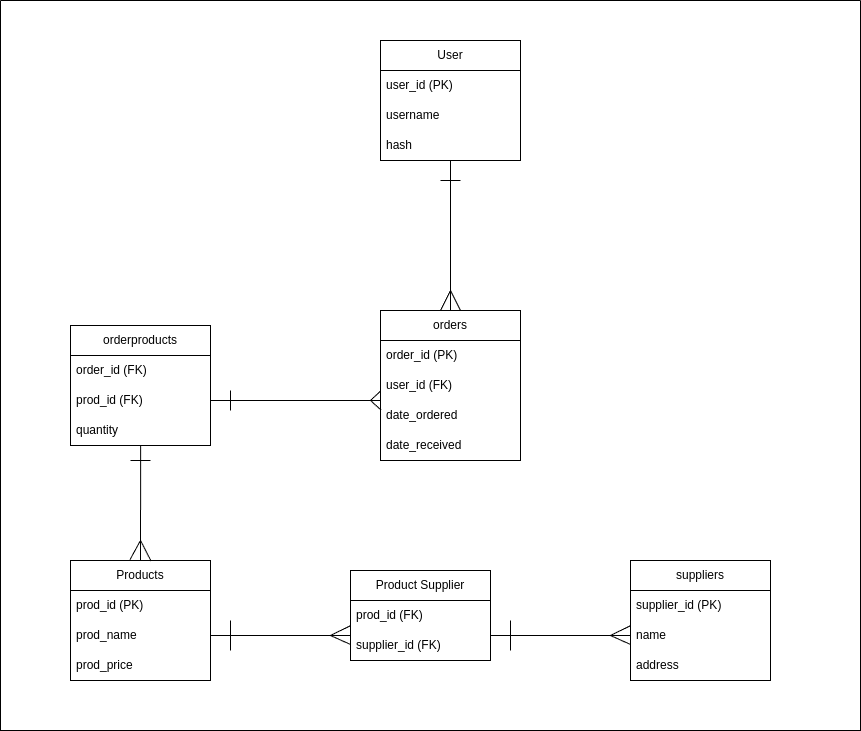
This is assets/DB-finalproject.png from jsaropy/finalproject, a draw.io export, as it was before one commit. Source tidied: cells renumbered, new cells last; positions are measured from the earlier drawing's top-left corner, leaving out a move shared by most shapes.
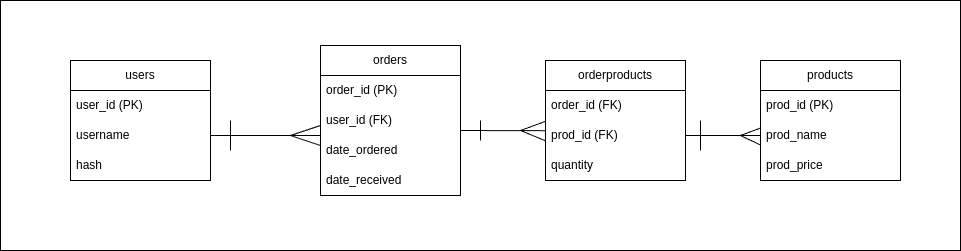
Above is the later version.

Commit message:
removed suppliers table

Diff of the diagram source:
```diff
@@ -2,8 +2,11 @@
   <root>
     <mxCell id="0" />
     <mxCell id="1" parent="0" />
+    <mxCell id="47" style="rounded=0;whiteSpace=wrap;html=1;" parent="1" vertex="1">
+      <mxGeometry x="30" y="310" width="960" height="250" as="geometry" />
+    </mxCell>
-    <mxCell id="2" value="User" style="swimlane;fontStyle=0;horizontal=1;startSize=30;whiteSpace=wrap;html=1;" parent="1" vertex="1">
-      <mxGeometry x="380" y="40" width="140" height="120" as="geometry" />
+    <mxCell id="2" value="users" style="swimlane;fontStyle=0;horizontal=1;startSize=30;whiteSpace=wrap;html=1;" parent="1" vertex="1">
+      <mxGeometry x="100" y="370" width="140" height="120" as="geometry" />
     </mxCell>
     <mxCell id="3" value="user_id&amp;nbsp;(PK)" style="text;strokeColor=none;fillColor=none;align=left;verticalAlign=middle;spacingLeft=4;spacingRight=4;overflow=hidden;whiteSpace=wrap;html=1;" parent="2" vertex="1">
       <mxGeometry y="30" width="140" height="30" as="geometry" />
@@ -14,8 +17,8 @@
     <mxCell id="5" value="hash" style="text;strokeColor=none;fillColor=none;align=left;verticalAlign=middle;spacingLeft=4;spacingRight=4;overflow=hidden;whiteSpace=wrap;html=1;" parent="2" vertex="1">
       <mxGeometry y="90" width="140" height="30" as="geometry" />
     </mxCell>
-    <mxCell id="6" value="Products" style="swimlane;fontStyle=0;horizontal=1;startSize=30;whiteSpace=wrap;html=1;" parent="1" vertex="1">
-      <mxGeometry x="70" y="560" width="140" height="120" as="geometry" />
+    <mxCell id="6" value="products" style="swimlane;fontStyle=0;horizontal=1;startSize=30;whiteSpace=wrap;html=1;" parent="1" vertex="1">
+      <mxGeometry x="790" y="370" width="140" height="120" as="geometry" />
     </mxCell>
     <mxCell id="7" value="prod_id (PK)" style="text;strokeColor=none;fillColor=none;align=left;verticalAlign=middle;spacingLeft=4;spacingRight=4;overflow=hidden;whiteSpace=wrap;html=1;" parent="6" vertex="1">
       <mxGeometry y="30" width="140" height="30" as="geometry" />
@@ -26,72 +29,31 @@
     <mxCell id="9" value="prod_price" style="text;strokeColor=none;fillColor=none;align=left;verticalAlign=middle;spacingLeft=4;spacingRight=4;overflow=hidden;whiteSpace=wrap;html=1;" parent="6" vertex="1">
       <mxGeometry y="90" width="140" height="30" as="geometry" />
     </mxCell>
-    <mxCell id="10" value="suppliers" style="swimlane;fontStyle=0;horizontal=1;startSize=30;whiteSpace=wrap;html=1;" parent="1" vertex="1">
-      <mxGeometry x="630" y="560" width="140" height="120" as="geometry" />
-    </mxCell>
-    <mxCell id="11" value="supplier_id (PK)" style="text;strokeColor=none;fillColor=none;align=left;verticalAlign=middle;spacingLeft=4;spacingRight=4;overflow=hidden;whiteSpace=wrap;html=1;" parent="10" vertex="1">
-      <mxGeometry y="30" width="140" height="30" as="geometry" />
-    </mxCell>
-    <mxCell id="12" value="name" style="text;strokeColor=none;fillColor=none;align=left;verticalAlign=middle;spacingLeft=4;spacingRight=4;overflow=hidden;whiteSpace=wrap;html=1;" parent="10" vertex="1">
-      <mxGeometry y="60" width="140" height="30" as="geometry" />
-    </mxCell>
-    <mxCell id="13" value="address" style="text;strokeColor=none;fillColor=none;align=left;verticalAlign=middle;spacingLeft=4;spacingRight=4;overflow=hidden;whiteSpace=wrap;html=1;" parent="10" vertex="1">
-      <mxGeometry y="90" width="140" height="30" as="geometry" />
-    </mxCell>
-    <mxCell id="14" value="Product Supplier" style="swimlane;fontStyle=0;horizontal=1;startSize=30;whiteSpace=wrap;html=1;" parent="1" vertex="1">
-      <mxGeometry x="350" y="570" width="140" height="90" as="geometry" />
-    </mxCell>
-    <mxCell id="15" value="prod_id (FK)" style="text;strokeColor=none;fillColor=none;align=left;verticalAlign=middle;spacingLeft=4;spacingRight=4;overflow=hidden;whiteSpace=wrap;html=1;" parent="14" vertex="1">
-      <mxGeometry y="30" width="140" height="30" as="geometry" />
-    </mxCell>
-    <mxCell id="16" value="supplier_id (FK)" style="text;strokeColor=none;fillColor=none;align=left;verticalAlign=middle;spacingLeft=4;spacingRight=4;overflow=hidden;whiteSpace=wrap;html=1;" parent="14" vertex="1">
-      <mxGeometry y="60" width="140" height="30" as="geometry" />
-    </mxCell>
-    <mxCell id="17" style="endArrow=none;html=1;rounded=0;entryX=0.5;entryY=0;entryDx=0;entryDy=0;exitX=0.501;exitY=1.009;exitDx=0;exitDy=0;exitPerimeter=0;" parent="1" edge="1" source="33" target="6">
-      <mxGeometry relative="1" as="geometry" />
-    </mxCell>
-    <mxCell id="18" style="endArrow=none;html=1;rounded=0;" parent="1" edge="1">
-      <mxGeometry relative="1" as="geometry">
-        <mxPoint x="150" y="460" as="sourcePoint" />
-        <mxPoint x="130" y="460" as="targetPoint" />
-      </mxGeometry>
-    </mxCell>
-    <mxCell id="19" style="endArrow=none;html=1;rounded=0;entryX=0.424;entryY=-0.005;entryDx=0;entryDy=0;entryPerimeter=0;" parent="1" edge="1" target="6">
-      <mxGeometry relative="1" as="geometry">
-        <mxPoint x="140" y="540" as="sourcePoint" />
-      </mxGeometry>
-    </mxCell>
-    <mxCell id="20" style="endArrow=none;html=1;rounded=0;entryX=0.576;entryY=0.006;entryDx=0;entryDy=0;entryPerimeter=0;" parent="1" edge="1" target="6">
-      <mxGeometry relative="1" as="geometry">
-        <mxPoint x="140" y="540" as="sourcePoint" />
-      </mxGeometry>
-    </mxCell>
-    <mxCell id="21" style="endArrow=none;html=1;rounded=0;" parent="1" edge="1">
+    <mxCell id="21" style="endArrow=none;html=1;rounded=0;exitX=1;exitY=0.5;exitDx=0;exitDy=0;" parent="1" edge="1" source="4">
       <mxGeometry relative="1" as="geometry">
-        <mxPoint x="450" y="160" as="sourcePoint" />
-        <mxPoint x="450" y="310" as="targetPoint" />
+        <mxPoint x="350" y="445" as="targetPoint" />
       </mxGeometry>
     </mxCell>
     <mxCell id="22" style="endArrow=none;html=1;rounded=0;" parent="1" edge="1">
       <mxGeometry relative="1" as="geometry">
-        <mxPoint x="440" y="180" as="sourcePoint" />
-        <mxPoint x="460" y="180" as="targetPoint" />
+        <mxPoint x="260" y="430" as="sourcePoint" />
+        <mxPoint x="260" y="460" as="targetPoint" />
       </mxGeometry>
     </mxCell>
     <mxCell id="23" style="endArrow=none;html=1;rounded=0;" parent="1" edge="1">
       <mxGeometry relative="1" as="geometry">
-        <mxPoint x="440" y="310" as="sourcePoint" />
-        <mxPoint x="450" y="290" as="targetPoint" />
+        <mxPoint x="350" y="435" as="sourcePoint" />
+        <mxPoint x="320" y="445" as="targetPoint" />
       </mxGeometry>
     </mxCell>
     <mxCell id="24" style="endArrow=none;html=1;rounded=0;" parent="1" edge="1">
       <mxGeometry relative="1" as="geometry">
-        <mxPoint x="460" y="310" as="sourcePoint" />
-        <mxPoint x="450" y="290" as="targetPoint" />
+        <mxPoint x="350" y="455" as="sourcePoint" />
+        <mxPoint x="320" y="445" as="targetPoint" />
       </mxGeometry>
     </mxCell>
     <mxCell id="25" value="orders" style="swimlane;fontStyle=0;horizontal=1;startSize=30;whiteSpace=wrap;html=1;" parent="1" vertex="1">
-      <mxGeometry x="380" y="310" width="140" height="150" as="geometry" />
+      <mxGeometry x="350" y="355" width="140" height="150" as="geometry" />
     </mxCell>
     <mxCell id="26" value="order_id&amp;nbsp;(PK)" style="text;strokeColor=none;fillColor=none;align=left;verticalAlign=middle;spacingLeft=4;spacingRight=4;overflow=hidden;whiteSpace=wrap;html=1;" parent="25" vertex="1">
       <mxGeometry y="30" width="140" height="30" as="geometry" />
@@ -106,7 +68,7 @@
       <mxGeometry y="120" width="140" height="30" as="geometry" />
     </mxCell>
     <mxCell id="30" value="orderproducts" style="swimlane;fontStyle=0;horizontal=1;startSize=30;whiteSpace=wrap;html=1;" parent="1" vertex="1">
-      <mxGeometry x="70" y="325" width="140" height="120" as="geometry" />
+      <mxGeometry x="575" y="370" width="140" height="120" as="geometry" />
     </mxCell>
     <mxCell id="31" value="order_id (FK)" style="text;strokeColor=none;fillColor=none;align=left;verticalAlign=middle;spacingLeft=4;spacingRight=4;overflow=hidden;whiteSpace=wrap;html=1;" parent="30" vertex="1">
       <mxGeometry y="30" width="140" height="30" as="geometry" />
@@ -117,74 +79,45 @@
     <mxCell id="33" value="quantity" style="text;strokeColor=none;fillColor=none;align=left;verticalAlign=middle;spacingLeft=4;spacingRight=4;overflow=hidden;points=[[0,0.5],[1,0.5]];portConstraint=eastwest;whiteSpace=wrap;html=1;" parent="30" vertex="1">
       <mxGeometry y="90" width="140" height="30" as="geometry" />
     </mxCell>
-    <mxCell id="34" style="endArrow=none;html=1;rounded=0;exitX=1;exitY=0.5;exitDx=0;exitDy=0;entryX=0;entryY=0;entryDx=0;entryDy=0;entryPerimeter=0;" parent="1" edge="1" source="32" target="28">
-      <mxGeometry relative="1" as="geometry" />
-    </mxCell>
-    <mxCell id="35" style="endArrow=none;html=1;rounded=0;entryX=0.004;entryY=0.317;entryDx=0;entryDy=0;entryPerimeter=0;" parent="1" edge="1" target="28">
-      <mxGeometry relative="1" as="geometry">
-        <mxPoint x="370" y="400" as="sourcePoint" />
-      </mxGeometry>
-    </mxCell>
-    <mxCell id="36" style="endArrow=none;html=1;rounded=0;entryX=-0.002;entryY=0.695;entryDx=0;entryDy=0;entryPerimeter=0;" parent="1" edge="1" target="27">
-      <mxGeometry relative="1" as="geometry">
-        <mxPoint x="370" y="400" as="sourcePoint" />
-      </mxGeometry>
-    </mxCell>
-    <mxCell id="37" style="endArrow=none;html=1;rounded=0;" parent="1" edge="1">
-      <mxGeometry relative="1" as="geometry">
-        <mxPoint x="230" y="390" as="sourcePoint" />
-        <mxPoint x="230" y="410" as="targetPoint" />
-      </mxGeometry>
-    </mxCell>
-    <mxCell id="38" style="endArrow=none;html=1;rounded=0;entryX=1;entryY=0.5;entryDx=0;entryDy=0;" parent="1" edge="1" target="8">
-      <mxGeometry relative="1" as="geometry">
-        <mxPoint x="350" y="635" as="sourcePoint" />
-      </mxGeometry>
-    </mxCell>
-    <mxCell id="39" style="endArrow=none;html=1;rounded=0;entryX=-0.001;entryY=0.676;entryDx=0;entryDy=0;entryPerimeter=0;" parent="1" edge="1">
-      <mxGeometry relative="1" as="geometry">
-        <mxPoint x="330" y="635" as="sourcePoint" />
-        <mxPoint x="349.9" y="625.3" as="targetPoint" />
-      </mxGeometry>
-    </mxCell>
-    <mxCell id="40" style="endArrow=none;html=1;rounded=0;entryX=0;entryY=0.5;entryDx=0;entryDy=0;" parent="1" edge="1">
-      <mxGeometry relative="1" as="geometry">
-        <mxPoint x="330" y="635" as="sourcePoint" />
-        <mxPoint x="350" y="644" as="targetPoint" />
-      </mxGeometry>
-    </mxCell>
-    <mxCell id="41" style="endArrow=none;html=1;rounded=0;" parent="1" edge="1">
-      <mxGeometry relative="1" as="geometry">
-        <mxPoint x="230" y="650" as="sourcePoint" />
-        <mxPoint x="230" y="620" as="targetPoint" />
-      </mxGeometry>
-    </mxCell>
-    <mxCell id="42" style="endArrow=none;html=1;rounded=0;entryX=1;entryY=0.5;entryDx=0;entryDy=0;" parent="1" edge="1">
-      <mxGeometry relative="1" as="geometry">
-        <mxPoint x="630" y="635" as="sourcePoint" />
-        <mxPoint x="490" y="635" as="targetPoint" />
-      </mxGeometry>
-    </mxCell>
-    <mxCell id="43" style="endArrow=none;html=1;rounded=0;entryX=-0.001;entryY=0.676;entryDx=0;entryDy=0;entryPerimeter=0;" parent="1" edge="1">
-      <mxGeometry relative="1" as="geometry">
-        <mxPoint x="610" y="635" as="sourcePoint" />
-        <mxPoint x="629.9" y="625.3" as="targetPoint" />
-      </mxGeometry>
-    </mxCell>
-    <mxCell id="44" style="endArrow=none;html=1;rounded=0;entryX=0;entryY=0.5;entryDx=0;entryDy=0;" parent="1" edge="1">
-      <mxGeometry relative="1" as="geometry">
-        <mxPoint x="610" y="635" as="sourcePoint" />
-        <mxPoint x="630" y="644" as="targetPoint" />
-      </mxGeometry>
-    </mxCell>
-    <mxCell id="45" style="endArrow=none;html=1;rounded=0;" parent="1" edge="1">
-      <mxGeometry relative="1" as="geometry">
-        <mxPoint x="510" y="650" as="sourcePoint" />
-        <mxPoint x="510" y="620" as="targetPoint" />
-      </mxGeometry>
-    </mxCell>
-    <mxCell id="46" style="swimlane;startSize=0;" parent="1" vertex="1">
-      <mxGeometry width="860" height="730" as="geometry" />
-    </mxCell>
+    <mxCell id="48" style="endArrow=none;html=1;rounded=0;exitX=1;exitY=0.5;exitDx=0;exitDy=0;entryX=0.002;entryY=0.34;entryDx=0;entryDy=0;entryPerimeter=0;" parent="1" edge="1" target="32">
+      <mxGeometry relative="1" as="geometry">
+        <mxPoint x="490" y="440" as="sourcePoint" />
+      </mxGeometry>
+    </mxCell>
+    <mxCell id="49" style="endArrow=none;html=1;rounded=0;entryX=0.001;entryY=0.679;entryDx=0;entryDy=0;entryPerimeter=0;" parent="1" edge="1" target="32">
+      <mxGeometry relative="1" as="geometry">
+        <mxPoint x="550" y="440" as="sourcePoint" />
+      </mxGeometry>
+    </mxCell>
+    <mxCell id="50" style="endArrow=none;html=1;rounded=0;entryX=-0.001;entryY=0.03;entryDx=0;entryDy=0;entryPerimeter=0;" parent="1" edge="1" target="32">
+      <mxGeometry relative="1" as="geometry">
+        <mxPoint x="550" y="440" as="sourcePoint" />
+      </mxGeometry>
+    </mxCell>
+    <mxCell id="51" style="endArrow=none;html=1;rounded=0;" parent="1" edge="1">
+      <mxGeometry relative="1" as="geometry">
+        <mxPoint x="510" y="430" as="sourcePoint" />
+        <mxPoint x="510" y="450" as="targetPoint" />
+      </mxGeometry>
+    </mxCell>
+    <mxCell id="52" style="endArrow=none;html=1;rounded=0;exitX=1;exitY=0.5;exitDx=0;exitDy=0;entryX=0;entryY=0.5;entryDx=0;entryDy=0;" parent="1" edge="1" source="32" target="8">
+      <mxGeometry relative="1" as="geometry" />
+    </mxCell>
+    <mxCell id="53" style="endArrow=none;html=1;rounded=0;entryX=-0.002;entryY=0.256;entryDx=0;entryDy=0;entryPerimeter=0;" parent="1" edge="1" target="8">
+      <mxGeometry relative="1" as="geometry">
+        <mxPoint x="770" y="445" as="sourcePoint" />
+      </mxGeometry>
+    </mxCell>
+    <mxCell id="54" style="endArrow=none;html=1;rounded=0;entryX=-0.002;entryY=0.814;entryDx=0;entryDy=0;entryPerimeter=0;" parent="1" edge="1" target="8">
+      <mxGeometry relative="1" as="geometry">
+        <mxPoint x="770" y="445" as="sourcePoint" />
+      </mxGeometry>
+    </mxCell>
+    <mxCell id="55" style="endArrow=none;html=1;rounded=0;" parent="1" edge="1">
+      <mxGeometry relative="1" as="geometry">
+        <mxPoint x="730" y="460" as="sourcePoint" />
+        <mxPoint x="730" y="430" as="targetPoint" />
+      </mxGeometry>
+    </mxCell>
   </root>
 </mxGraphModel>
```
